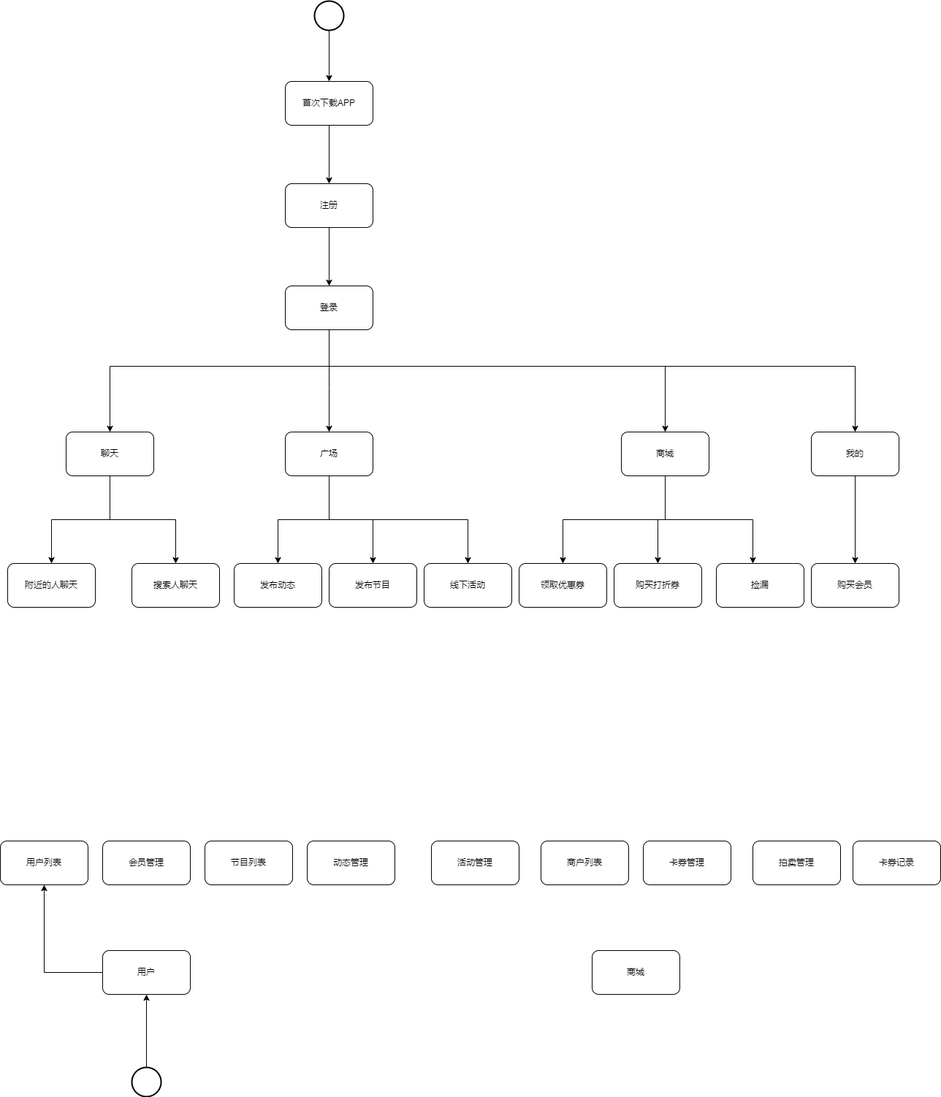
The draw.io diagram Untitled Diagram.drawio.png in suibianlx/business_architect, before a commit. Source tidied: cells renumbered, new cells last; positions are measured from the earlier drawing's top-left corner, leaving out a move shared by most shapes.
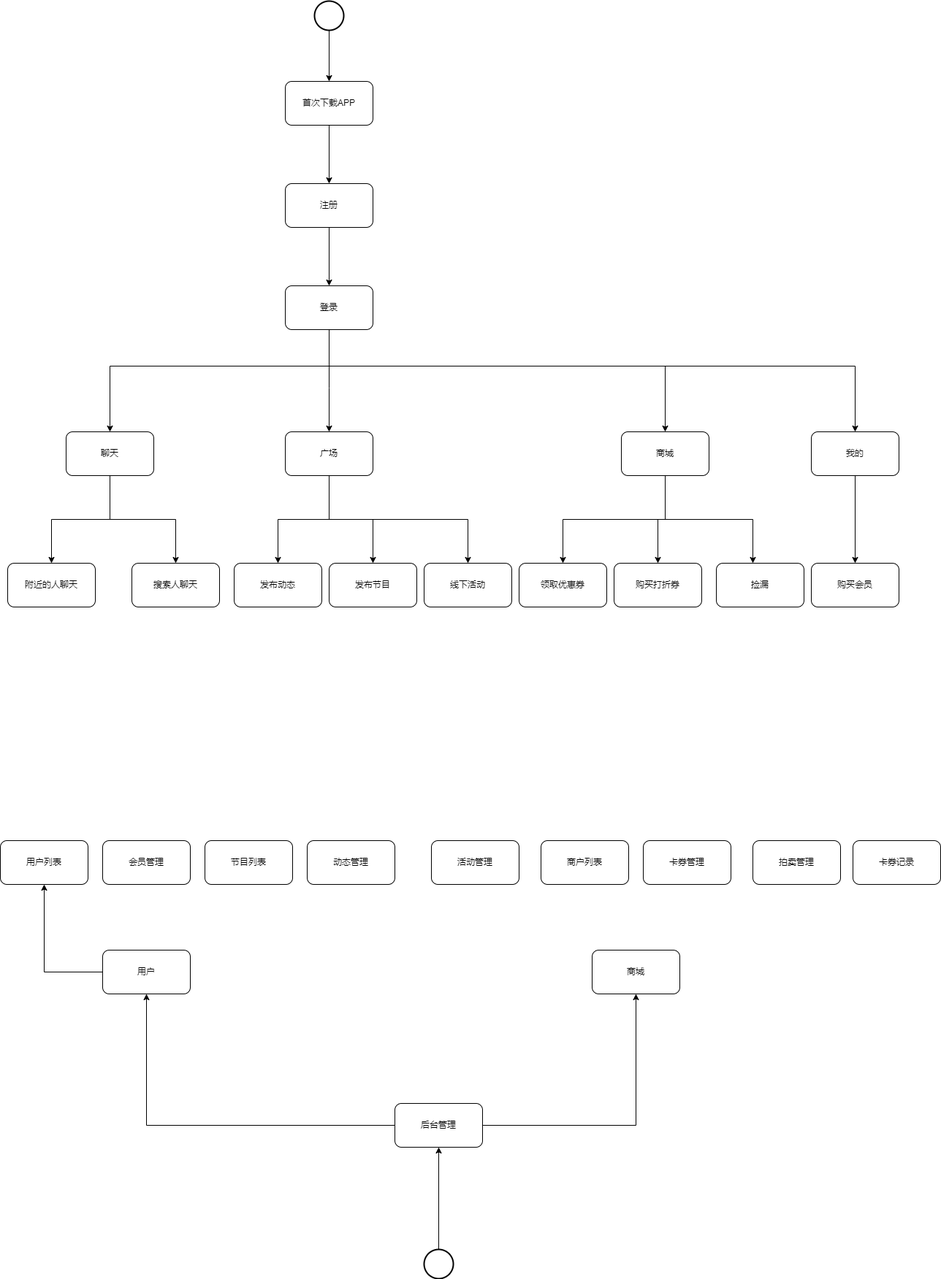
Later version of the same file.

What changed in the source:
```diff
@@ -133,11 +133,11 @@
     <mxCell id="33" value="购买会员" style="rounded=1;whiteSpace=wrap;html=1;" parent="1" vertex="1">
       <mxGeometry x="1110" y="770" width="120" height="60" as="geometry" />
     </mxCell>
-    <mxCell id="34" style="edgeStyle=orthogonalEdgeStyle;rounded=0;jettySize=auto;html=1;" parent="1" edge="1" source="35" target="38">
-      <mxGeometry relative="1" as="geometry" />
-    </mxCell>
+    <mxCell id="49" style="edgeStyle=orthogonalEdgeStyle;rounded=0;jettySize=auto;html=1;entryX=0.5;entryY=1;entryDx=0;entryDy=0;" parent="1" edge="1" source="35" target="52">
+      <mxGeometry relative="1" as="geometry" />
+    </mxCell>
     <mxCell id="35" style="strokeWidth=2;html=1;shape=mxgraph.flowchart.start_2;whiteSpace=wrap;" parent="1" vertex="1">
-      <mxGeometry x="180" y="1460" width="40" height="40" as="geometry" />
+      <mxGeometry x="580" y="1710" width="40" height="40" as="geometry" />
     </mxCell>
     <mxCell id="36" value="用户列表" style="rounded=1;whiteSpace=wrap;html=1;" parent="1" vertex="1">
       <mxGeometry y="1150" width="120" height="60" as="geometry" />
@@ -178,5 +178,14 @@
     <mxCell id="48" value="线下活动" style="rounded=1;whiteSpace=wrap;html=1;" parent="1" vertex="1">
       <mxGeometry x="580" y="770" width="120" height="60" as="geometry" />
     </mxCell>
+    <mxCell id="50" style="edgeStyle=orthogonalEdgeStyle;rounded=0;jettySize=auto;html=1;entryX=0.5;entryY=1;entryDx=0;entryDy=0;" parent="1" edge="1" source="52" target="38">
+      <mxGeometry relative="1" as="geometry" />
+    </mxCell>
+    <mxCell id="51" style="edgeStyle=orthogonalEdgeStyle;rounded=0;jettySize=auto;html=1;" parent="1" edge="1" source="52" target="42">
+      <mxGeometry relative="1" as="geometry" />
+    </mxCell>
+    <mxCell id="52" value="后台管理" style="rounded=1;whiteSpace=wrap;html=1;" parent="1" vertex="1">
+      <mxGeometry x="540" y="1510" width="120" height="60" as="geometry" />
+    </mxCell>
   </root>
 </mxGraphModel>
```
